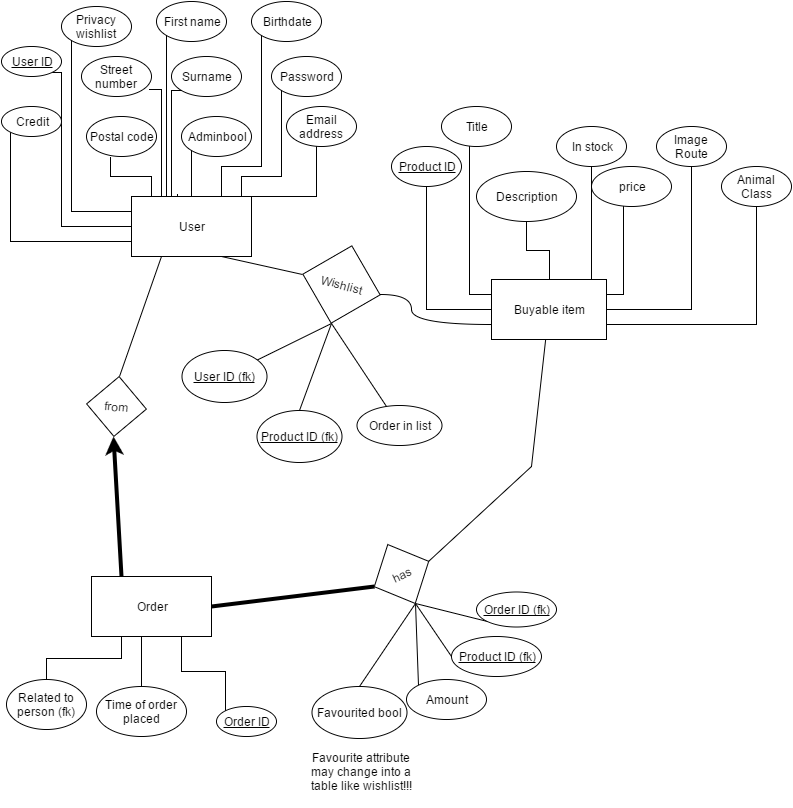
Before: Database/ER Diagram Updated.png, a diagram exported from draw.io (Pbdekeijzer/Project5-6). Source tidied: cells renumbered, new cells last; positions are measured from the earlier drawing's top-left corner, leaving out a move shared by most shapes.
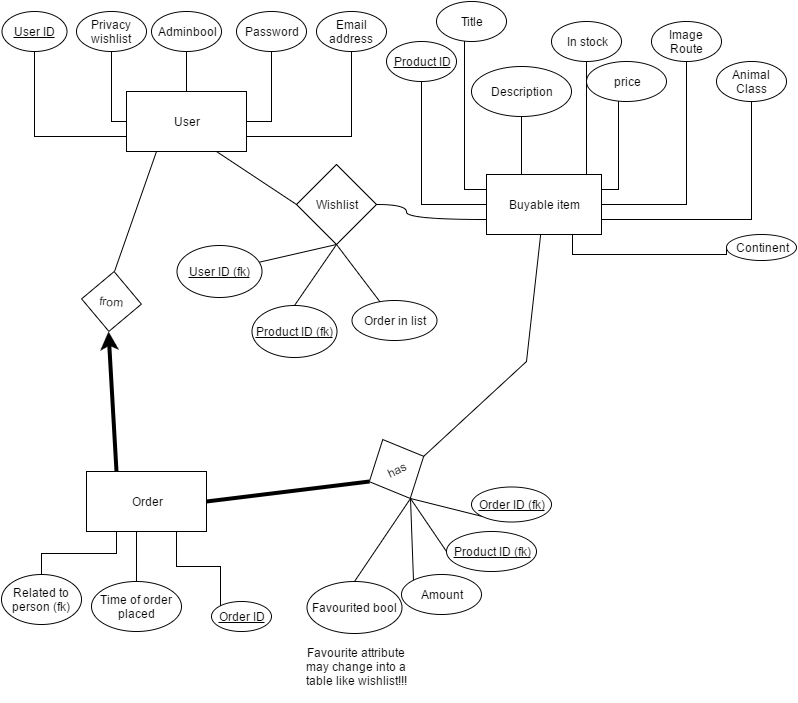
The same diagram one commit later.

Commit message:
another arbitrary file update

What changed in the source:
```diff
@@ -2,80 +2,6 @@
   <root>
     <mxCell id="0" />
     <mxCell id="1" parent="0" />
-    <mxCell id="2" style="edgeStyle=orthogonalEdgeStyle;rounded=0;html=1;exitX=0;exitY=0.75;entryX=0;entryY=1;jettySize=auto;endArrow=none;endFill=0;" parent="1" edge="1" source="15" target="19">
-      <mxGeometry relative="1" as="geometry" />
-    </mxCell>
-    <mxCell id="3" style="edgeStyle=orthogonalEdgeStyle;rounded=0;html=1;exitX=0;exitY=0.5;entryX=1;entryY=1;jettySize=auto;endArrow=none;endFill=0;" parent="1" edge="1" source="15" target="16">
-      <mxGeometry relative="1" as="geometry">
-        <Array as="points">
-          <mxPoint x="60" y="225" />
-          <mxPoint x="60" y="71" />
-        </Array>
-      </mxGeometry>
-    </mxCell>
-    <mxCell id="4" style="edgeStyle=orthogonalEdgeStyle;rounded=0;html=1;exitX=0;exitY=0.25;entryX=0;entryY=1;jettySize=auto;endArrow=none;endFill=0;" parent="1" edge="1" source="15" target="17">
-      <mxGeometry relative="1" as="geometry" />
-    </mxCell>
-    <mxCell id="5" style="edgeStyle=orthogonalEdgeStyle;rounded=0;html=1;exitX=0.25;exitY=0;entryX=0.343;entryY=1.025;entryPerimeter=0;endArrow=none;endFill=0;jettySize=auto;" parent="1" edge="1" source="15" target="21">
-      <mxGeometry relative="1" as="geometry">
-        <Array as="points">
-          <mxPoint x="150" y="195" />
-          <mxPoint x="150" y="175" />
-          <mxPoint x="109" y="175" />
-        </Array>
-      </mxGeometry>
-    </mxCell>
-    <mxCell id="6" style="edgeStyle=orthogonalEdgeStyle;rounded=0;html=1;exitX=0.25;exitY=0;entryX=0.971;entryY=0.825;entryPerimeter=0;endArrow=none;endFill=0;jettySize=auto;" parent="1" edge="1" source="15" target="18">
-      <mxGeometry relative="1" as="geometry">
-        <Array as="points">
-          <mxPoint x="160" y="88" />
-        </Array>
-      </mxGeometry>
-    </mxCell>
-    <mxCell id="7" style="edgeStyle=orthogonalEdgeStyle;rounded=0;html=1;exitX=0.25;exitY=0;entryX=0;entryY=1;endArrow=none;endFill=0;jettySize=auto;" parent="1" edge="1" source="15" target="23">
-      <mxGeometry relative="1" as="geometry">
-        <Array as="points">
-          <mxPoint x="165" y="195" />
-        </Array>
-      </mxGeometry>
-    </mxCell>
-    <mxCell id="8" style="edgeStyle=orthogonalEdgeStyle;rounded=0;html=1;exitX=0.383;exitY=-0.033;entryX=0;entryY=1;endArrow=none;endFill=0;jettySize=auto;exitPerimeter=0;" parent="1" edge="1" source="15" target="24">
-      <mxGeometry relative="1" as="geometry">
-        <Array as="points">
-          <mxPoint x="176" y="215" />
-          <mxPoint x="170" y="215" />
-          <mxPoint x="170" y="89" />
-        </Array>
-      </mxGeometry>
-    </mxCell>
-    <mxCell id="9" style="edgeStyle=orthogonalEdgeStyle;rounded=0;html=1;exitX=0.5;exitY=0;entryX=0;entryY=1;endArrow=none;endFill=0;jettySize=auto;" parent="1" edge="1" source="15" target="26">
-      <mxGeometry relative="1" as="geometry" />
-    </mxCell>
-    <mxCell id="10" style="edgeStyle=orthogonalEdgeStyle;rounded=0;html=1;exitX=0.75;exitY=0;entryX=0;entryY=1;endArrow=none;endFill=0;jettySize=auto;" parent="1" edge="1" source="15" target="20">
-      <mxGeometry relative="1" as="geometry">
-        <Array as="points">
-          <mxPoint x="220" y="165" />
-          <mxPoint x="260" y="165" />
-        </Array>
-      </mxGeometry>
-    </mxCell>
-    <mxCell id="11" style="edgeStyle=orthogonalEdgeStyle;rounded=0;html=1;exitX=0.75;exitY=0;entryX=0;entryY=1;endArrow=none;endFill=0;jettySize=auto;" parent="1" edge="1" source="15" target="25">
-      <mxGeometry relative="1" as="geometry">
-        <Array as="points">
-          <mxPoint x="240" y="195" />
-          <mxPoint x="240" y="175" />
-          <mxPoint x="280" y="175" />
-        </Array>
-      </mxGeometry>
-    </mxCell>
-    <mxCell id="12" style="edgeStyle=orthogonalEdgeStyle;rounded=0;html=1;exitX=1;exitY=0.25;entryX=0;entryY=1;endArrow=none;endFill=0;jettySize=auto;" parent="1" edge="1" source="15" target="22">
-      <mxGeometry relative="1" as="geometry">
-        <Array as="points">
-          <mxPoint x="250" y="195" />
-          <mxPoint x="315" y="195" />
-        </Array>
-      </mxGeometry>
-    </mxCell>
     <mxCell id="13" style="edgeStyle=none;rounded=0;html=1;exitX=0.25;exitY=1;entryX=0.5;entryY=0;endArrow=none;endFill=0;jettySize=auto;strokeWidth=1;" parent="1" edge="1" source="15" target="59">
       <mxGeometry relative="1" as="geometry" />
     </mxCell>
@@ -85,38 +11,39 @@
     <mxCell id="15" value="User" style="whiteSpace=wrap;html=1;" parent="1" vertex="1">
       <mxGeometry x="130" y="195" width="120" height="60" as="geometry" />
     </mxCell>
+    <mxCell id="72" style="edgeStyle=orthogonalEdgeStyle;rounded=0;html=1;exitX=0.5;exitY=1;entryX=0;entryY=0.75;endArrow=none;endFill=0;jettySize=auto;strokeWidth=1;" parent="1" edge="1" source="16" target="15">
+      <mxGeometry relative="1" as="geometry" />
+    </mxCell>
     <mxCell id="16" value="&lt;u&gt;User ID&lt;/u&gt;" style="ellipse;whiteSpace=wrap;html=1;" parent="1" vertex="1">
-      <mxGeometry y="45" width="60" height="30" as="geometry" />
+      <mxGeometry x="5" y="115" width="65" height="40" as="geometry" />
     </mxCell>
+    <mxCell id="73" style="edgeStyle=orthogonalEdgeStyle;rounded=0;html=1;exitX=0.5;exitY=1;entryX=0;entryY=0.5;endArrow=none;endFill=0;jettySize=auto;strokeWidth=1;" parent="1" edge="1" source="17" target="15">
+      <mxGeometry relative="1" as="geometry">
+        <Array as="points">
+          <mxPoint x="115" y="225" />
+        </Array>
+      </mxGeometry>
+    </mxCell>
     <mxCell id="17" value="Privacy wishlist" style="ellipse;whiteSpace=wrap;html=1;" parent="1" vertex="1">
-      <mxGeometry x="60" y="5" width="70" height="40" as="geometry" />
+      <mxGeometry x="80" y="115" width="70" height="40" as="geometry" />
     </mxCell>
-    <mxCell id="18" value="Street number" style="ellipse;whiteSpace=wrap;html=1;" parent="1" vertex="1">
-      <mxGeometry x="80" y="55" width="70" height="40" as="geometry" />
-    </mxCell>
-    <mxCell id="19" value="Credit" style="ellipse;whiteSpace=wrap;html=1;" parent="1" vertex="1">
-      <mxGeometry y="105" width="60" height="30" as="geometry" />
-    </mxCell>
-    <mxCell id="20" value="Birthdate" style="ellipse;whiteSpace=wrap;html=1;" parent="1" vertex="1">
-      <mxGeometry x="250" width="70" height="40" as="geometry" />
-    </mxCell>
-    <mxCell id="21" value="Postal code" style="ellipse;whiteSpace=wrap;html=1;" parent="1" vertex="1">
-      <mxGeometry x="85" y="115" width="70" height="40" as="geometry" />
-    </mxCell>
+    <mxCell id="74" style="edgeStyle=orthogonalEdgeStyle;rounded=0;html=1;exitX=0.5;exitY=1;entryX=1;entryY=0.75;endArrow=none;endFill=0;jettySize=auto;strokeWidth=1;" parent="1" edge="1" source="22" target="15">
+      <mxGeometry relative="1" as="geometry" />
+    </mxCell>
     <mxCell id="22" value="Email address" style="ellipse;whiteSpace=wrap;html=1;" parent="1" vertex="1">
-      <mxGeometry x="285" y="105" width="70" height="40" as="geometry" />
+      <mxGeometry x="320" y="115" width="70" height="40" as="geometry" />
     </mxCell>
-    <mxCell id="23" value="First name" style="ellipse;whiteSpace=wrap;html=1;" parent="1" vertex="1">
-      <mxGeometry x="155" width="70" height="40" as="geometry" />
-    </mxCell>
-    <mxCell id="24" value="Surname" style="ellipse;whiteSpace=wrap;html=1;" parent="1" vertex="1">
-      <mxGeometry x="170" y="55" width="70" height="40" as="geometry" />
-    </mxCell>
+    <mxCell id="75" style="edgeStyle=orthogonalEdgeStyle;rounded=0;html=1;exitX=0.5;exitY=1;entryX=1;entryY=0.5;endArrow=none;endFill=0;jettySize=auto;strokeWidth=1;" parent="1" edge="1" source="25" target="15">
+      <mxGeometry relative="1" as="geometry" />
+    </mxCell>
     <mxCell id="25" value="Password" style="ellipse;whiteSpace=wrap;html=1;" parent="1" vertex="1">
-      <mxGeometry x="270" y="55" width="70" height="40" as="geometry" />
+      <mxGeometry x="240" y="115" width="70" height="40" as="geometry" />
     </mxCell>
+    <mxCell id="76" style="edgeStyle=orthogonalEdgeStyle;rounded=0;html=1;exitX=0.5;exitY=1;endArrow=none;endFill=0;jettySize=auto;strokeWidth=1;" parent="1" edge="1" source="26" target="15">
+      <mxGeometry relative="1" as="geometry" />
+    </mxCell>
     <mxCell id="26" value="Adminbool" style="ellipse;whiteSpace=wrap;html=1;" parent="1" vertex="1">
-      <mxGeometry x="180" y="115" width="70" height="40" as="geometry" />
+      <mxGeometry x="155" y="115" width="70" height="40" as="geometry" />
     </mxCell>
     <mxCell id="27" style="edgeStyle=orthogonalEdgeStyle;rounded=0;html=1;exitX=1;exitY=1;entryX=1;entryY=1;jettySize=auto;orthogonalLoop=1;" parent="1" edge="1" source="25" target="25">
       <mxGeometry relative="1" as="geometry" />
@@ -137,7 +64,11 @@
       </mxGeometry>
     </mxCell>
     <mxCell id="31" style="edgeStyle=orthogonalEdgeStyle;rounded=0;html=1;exitX=0.5;exitY=0;entryX=0.5;entryY=1;endArrow=none;endFill=0;jettySize=auto;" parent="1" edge="1" source="35" target="38">
-      <mxGeometry relative="1" as="geometry" />
+      <mxGeometry relative="1" as="geometry">
+        <Array as="points">
+          <mxPoint x="525" y="278" />
+        </Array>
+      </mxGeometry>
     </mxCell>
     <mxCell id="32" style="edgeStyle=orthogonalEdgeStyle;rounded=0;html=1;exitX=0;exitY=0.25;entryX=0.4;entryY=1;entryPerimeter=0;endArrow=none;endFill=0;jettySize=auto;" parent="1" edge="1" source="35" target="39">
       <mxGeometry relative="1" as="geometry" />
@@ -250,7 +181,7 @@
     <mxCell id="63" style="edgeStyle=orthogonalEdgeStyle;rounded=0;html=1;exitX=1;exitY=0.5;entryX=0;entryY=0.75;endArrow=none;endFill=0;jettySize=auto;strokeWidth=1;curved=1;" parent="1" edge="1" source="67" target="35">
       <mxGeometry relative="1" as="geometry">
         <Array as="points">
-          <mxPoint x="410" y="293" />
+          <mxPoint x="410" y="308" />
           <mxPoint x="410" y="323" />
         </Array>
       </mxGeometry>
@@ -264,8 +195,8 @@
     <mxCell id="66" style="edgeStyle=none;rounded=0;html=1;exitX=0.5;exitY=1;endArrow=none;endFill=0;jettySize=auto;strokeWidth=1;" parent="1" edge="1" source="67" target="28">
       <mxGeometry relative="1" as="geometry" />
     </mxCell>
-    <mxCell id="67" value="Wishlist" style="rhombus;whiteSpace=wrap;html=1;strokeWidth=1;rotation=15;" parent="1" vertex="1">
-      <mxGeometry x="300" y="243" width="80" height="80" as="geometry" />
+    <mxCell id="67" value="Wishlist" style="rhombus;whiteSpace=wrap;html=1;strokeWidth=1;rotation=0;" parent="1" vertex="1">
+      <mxGeometry x="300" y="268" width="80" height="80" as="geometry" />
     </mxCell>
     <mxCell id="68" value="&lt;u&gt;User ID (fk)&lt;/u&gt;" style="ellipse;whiteSpace=wrap;html=1;strokeWidth=1;" parent="1" vertex="1">
       <mxGeometry x="180" y="349" width="85" height="52" as="geometry" />
@@ -279,5 +210,16 @@
     <mxCell id="71" value="Image Route" style="ellipse;whiteSpace=wrap;html=1;" parent="1" vertex="1">
       <mxGeometry x="655" y="125" width="70" height="40" as="geometry" />
     </mxCell>
+    <mxCell id="77" style="edgeStyle=orthogonalEdgeStyle;rounded=0;html=1;exitX=0;exitY=0.5;entryX=0.75;entryY=1;endArrow=none;endFill=0;jettySize=auto;strokeWidth=1;" parent="1" edge="1" source="78" target="35">
+      <mxGeometry relative="1" as="geometry">
+        <Array as="points">
+          <mxPoint x="730" y="358" />
+          <mxPoint x="576" y="358" />
+        </Array>
+      </mxGeometry>
+    </mxCell>
+    <mxCell id="78" value="Continent" style="ellipse;whiteSpace=wrap;html=1;" parent="1" vertex="1">
+      <mxGeometry x="730" y="338" width="70" height="26" as="geometry" />
+    </mxCell>
   </root>
 </mxGraphModel>
```
